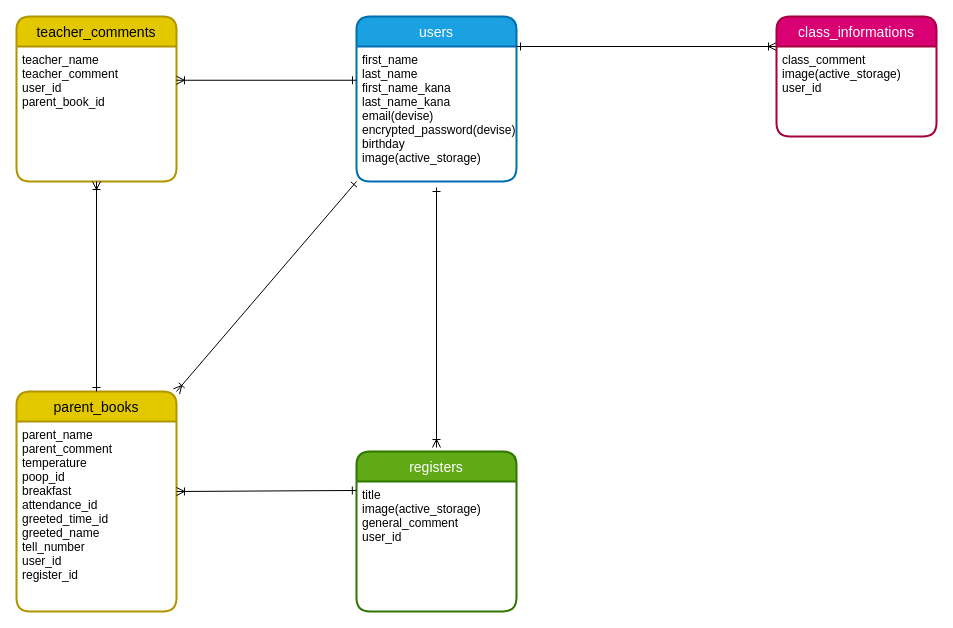
Earlier version of the draw.io diagram page "ページ1" (2 of 3) of app/contact.dio (JukiyaKikuchi/contact). Source tidied: cells renumbered, new cells numbered last; positions are measured from the earlier drawing's top-left corner, leaving out a move shared by most shapes. Both pictures are drawn from the tidied source at 100%, with x=0, y=0 at pixel (16, 16).
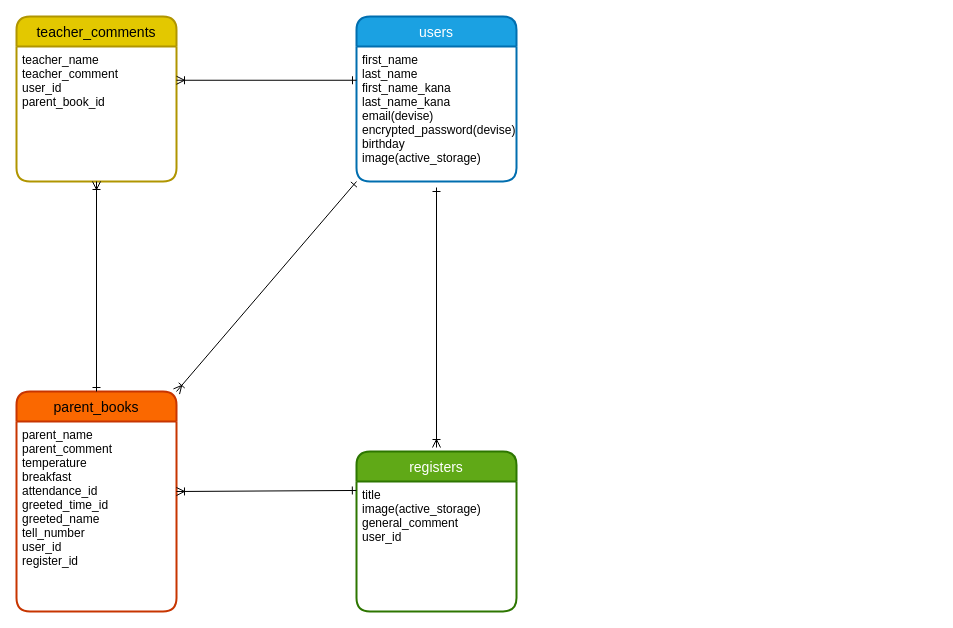
The same diagram, later.

Change to the diagram source:
```diff
@@
 <mxGraphModel>
   <root>
     <mxCell id="0" />
     <mxCell id="1" parent="0" />
     <mxCell id="2" value="users" style="swimlane;horizontal=1;startSize=30;rounded=1;fontSize=14;fontStyle=0;strokeWidth=2;shadow=0;dashed=0;align=center;fillColor=#1ba1e2;fontColor=#ffffff;strokeColor=#006EAF;" parent="1" vertex="1">
       <mxGeometry x="340" width="160" height="165" as="geometry" />
     </mxCell>
     <mxCell id="3" value="first_name&#10;last_name&#10;first_name_kana&#10;last_name_kana&#10;email(devise)&#10;encrypted_password(devise)&#10;birthday&#10;image(active_storage)&#10;" style="align=left;strokeColor=none;fillColor=none;spacingLeft=4;fontSize=12;verticalAlign=top;" parent="2" vertex="1">
       <mxGeometry y="30" width="160" height="135" as="geometry" />
     </mxCell>
-    <mxCell id="4" style="edgeStyle=none;shape=connector;rounded=1;html=1;exitX=0;exitY=0;exitDx=0;exitDy=0;entryX=1;entryY=0;entryDx=0;entryDy=0;labelBackgroundColor=default;fontFamily=Helvetica;fontSize=11;fontColor=default;startArrow=ERoneToMany;startFill=0;endArrow=ERone;endFill=0;strokeColor=default;" parent="1" edge="1" source="6" target="3">
-      <mxGeometry relative="1" as="geometry" />
-    </mxCell>
-    <mxCell id="5" value="class_informations" style="swimlane;horizontal=1;startSize=30;rounded=1;fontSize=14;fontStyle=0;strokeWidth=2;shadow=0;dashed=0;align=center;fillColor=#d80073;fontColor=#ffffff;strokeColor=#A50040;" parent="1" vertex="1">
-      <mxGeometry x="760" width="160" height="120" as="geometry" />
-    </mxCell>
-    <mxCell id="6" value="class_comment&#10;image(active_storage)&#10;user_id&#10;" style="align=left;strokeColor=none;fillColor=none;spacingLeft=4;fontSize=12;verticalAlign=top;" parent="5" vertex="1">
-      <mxGeometry y="30" width="160" height="90" as="geometry" />
-    </mxCell>
     <mxCell id="7" style="edgeStyle=none;shape=connector;rounded=1;html=1;exitX=1;exitY=0;exitDx=0;exitDy=0;entryX=0;entryY=1;entryDx=0;entryDy=0;labelBackgroundColor=default;fontFamily=Helvetica;fontSize=11;fontColor=default;startArrow=ERoneToMany;startFill=0;endArrow=ERone;endFill=0;strokeColor=default;" parent="1" edge="1" source="8" target="3">
       <mxGeometry relative="1" as="geometry" />
     </mxCell>
-    <mxCell id="8" value="parent_books" style="swimlane;horizontal=1;startSize=30;rounded=1;fontSize=14;fontStyle=0;strokeWidth=2;shadow=0;dashed=0;align=center;fillColor=#e3c800;fontColor=#000000;strokeColor=#B09500;" parent="1" vertex="1">
+    <mxCell id="8" value="parent_books" style="swimlane;horizontal=1;startSize=30;rounded=1;fontSize=14;fontStyle=0;strokeWidth=2;shadow=0;dashed=0;align=center;fillColor=#fa6800;fontColor=#000000;strokeColor=#C73500;" parent="1" vertex="1">
       <mxGeometry y="375" width="160" height="220" as="geometry" />
     </mxCell>
-    <mxCell id="9" value="parent_name&#10;parent_comment&#10;temperature&#10;poop_id&#10;breakfast&#10;attendance_id&#10;greeted_time_id&#10;greeted_name&#10;tell_number&#10;user_id&#10;register_id" style="align=left;strokeColor=none;fillColor=none;spacingLeft=4;fontSize=12;verticalAlign=top;" parent="8" vertex="1">
+    <mxCell id="9" value="parent_name&#10;parent_comment&#10;temperature&#10;breakfast&#10;attendance_id&#10;greeted_time_id&#10;greeted_name&#10;tell_number&#10;user_id&#10;register_id" style="align=left;strokeColor=none;fillColor=none;spacingLeft=4;fontSize=12;verticalAlign=top;" parent="8" vertex="1">
       <mxGeometry y="30" width="160" height="190" as="geometry" />
     </mxCell>
     <mxCell id="10" value="teacher_comments" style="swimlane;horizontal=1;startSize=30;rounded=1;fontSize=14;fontStyle=0;strokeWidth=2;shadow=0;dashed=0;align=center;fillColor=#e3c800;fontColor=#000000;strokeColor=#B09500;" parent="1" vertex="1">
       <mxGeometry width="160" height="165" as="geometry" />
     </mxCell>
     <mxCell id="11" value="teacher_name&#10;teacher_comment&#10;user_id&#10;parent_book_id" style="align=left;strokeColor=none;fillColor=none;spacingLeft=4;fontSize=12;verticalAlign=top;" parent="10" vertex="1">
       <mxGeometry y="30" width="160" height="135" as="geometry" />
     </mxCell>
     <mxCell id="12" value="registers" style="swimlane;horizontal=1;startSize=30;rounded=1;fontSize=14;fontStyle=0;strokeWidth=2;shadow=0;dashed=0;align=center;fillColor=#60a917;fontColor=#ffffff;strokeColor=#2D7600;" parent="1" vertex="1">
       <mxGeometry x="340" y="435" width="160" height="160" as="geometry" />
     </mxCell>
     <mxCell id="13" value="title&#10;image(active_storage)&#10;general_comment&#10;user_id" style="align=left;strokeColor=none;fillColor=none;spacingLeft=4;fontSize=12;verticalAlign=top;" parent="12" vertex="1">
       <mxGeometry y="30" width="160" height="130" as="geometry" />
     </mxCell>
     <mxCell id="14" style="edgeStyle=none;shape=connector;rounded=1;html=1;entryX=0.5;entryY=0;entryDx=0;entryDy=0;labelBackgroundColor=default;fontFamily=Helvetica;fontSize=11;fontColor=default;startArrow=ERone;startFill=0;endArrow=ERoneToMany;endFill=0;strokeColor=default;" parent="1" edge="1">
       <mxGeometry relative="1" as="geometry">
         <mxPoint x="420" y="171" as="sourcePoint" />
         <mxPoint x="420" y="431" as="targetPoint" />
       </mxGeometry>
     </mxCell>
     <mxCell id="15" style="edgeStyle=none;html=1;exitX=1;exitY=0.25;exitDx=0;exitDy=0;entryX=0;entryY=0.25;entryDx=0;entryDy=0;endArrow=ERone;endFill=0;startArrow=ERoneToMany;startFill=0;" parent="1" edge="1" source="11" target="3">
       <mxGeometry relative="1" as="geometry" />
     </mxCell>
     <mxCell id="16" style="edgeStyle=none;html=1;exitX=0.5;exitY=1;exitDx=0;exitDy=0;entryX=0.5;entryY=0;entryDx=0;entryDy=0;endArrow=ERone;endFill=0;startArrow=ERoneToMany;startFill=0;" parent="1" edge="1" source="11" target="8">
       <mxGeometry relative="1" as="geometry" />
     </mxCell>
     <mxCell id="17" style="edgeStyle=none;html=1;exitX=1;exitY=0.5;exitDx=0;exitDy=0;entryX=-0.001;entryY=0.069;entryDx=0;entryDy=0;entryPerimeter=0;endArrow=ERone;endFill=0;startArrow=ERoneToMany;startFill=0;" parent="1" edge="1" target="13">
       <mxGeometry relative="1" as="geometry">
         <mxPoint x="160" y="475" as="sourcePoint" />
       </mxGeometry>
     </mxCell>
   </root>
 </mxGraphModel>
```
